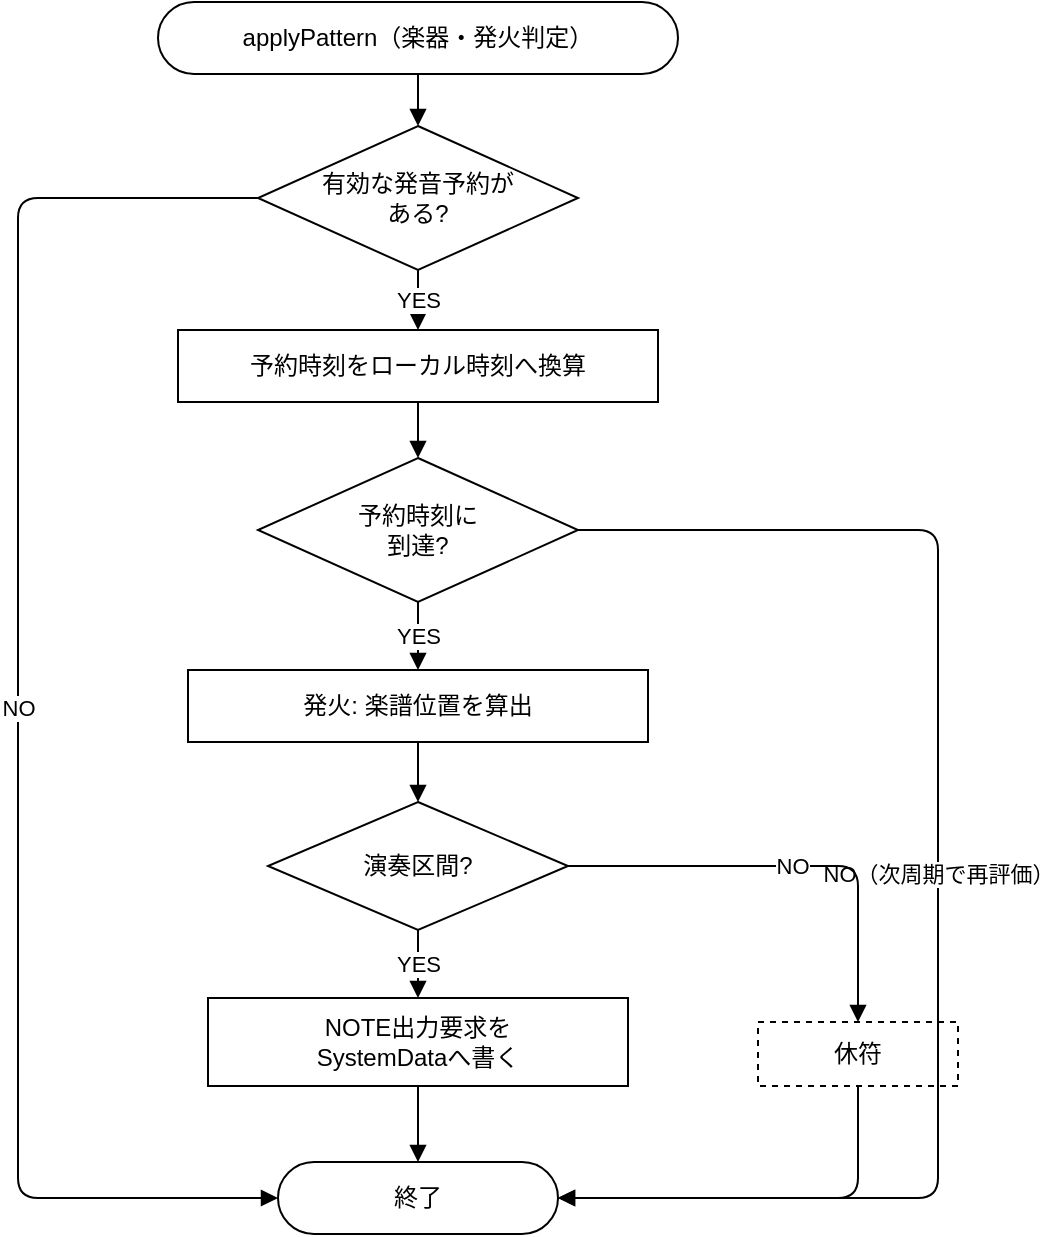
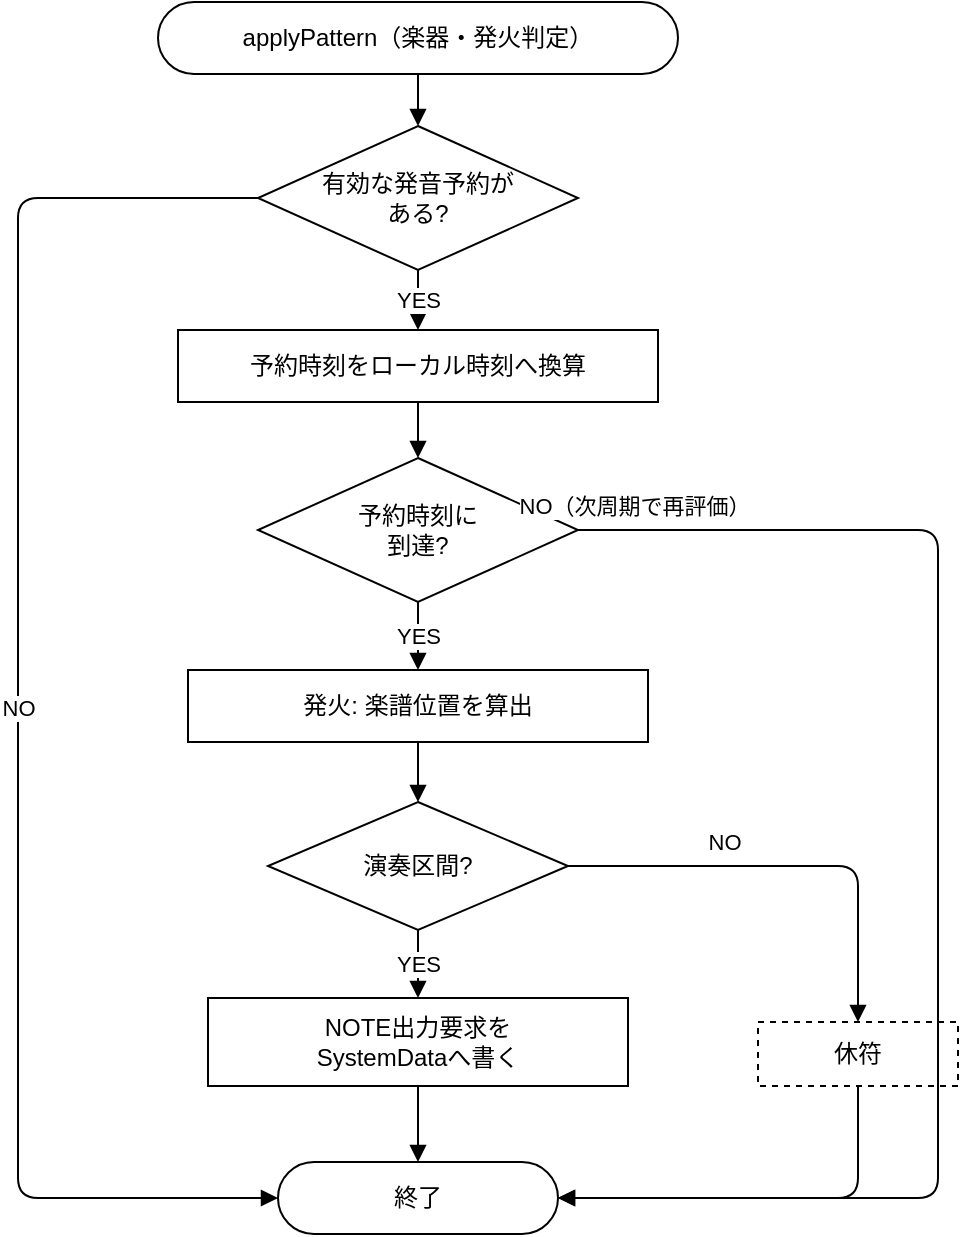
<mxfile host="Claude">
  <diagram id="flow-instrument-fire" name="楽器applyPattern">
    <mxGraphModel dx="660" dy="700" grid="0" gridSize="10" guides="1" tooltips="1" connect="1" arrows="1" fold="1" page="1" pageScale="1" pageWidth="660" pageHeight="700" math="0" shadow="0">
      <root>
        <mxCell id="0"/>
        <mxCell id="1" parent="0"/>
        <mxCell id="start" value="applyPattern（楽器・発火判定）" style="rounded=1;arcSize=50;whiteSpace=wrap;html=1;fillColor=#FFFFFF;strokeColor=#000000;fontSize=12;" vertex="1" parent="1"><mxGeometry x="170" y="20" width="260" height="36" as="geometry"/></mxCell>
        <mxCell id="d1" value="有効な発音予約が&lt;br&gt;ある?" style="rhombus;whiteSpace=wrap;html=1;fillColor=#FFFFFF;strokeColor=#000000;fontSize=12;" vertex="1" parent="1"><mxGeometry x="220" y="82" width="160" height="72" as="geometry"/></mxCell>
        <mxCell id="p1" value="予約時刻をローカル時刻へ換算" style="whiteSpace=wrap;html=1;fillColor=#FFFFFF;strokeColor=#000000;fontSize=12;" vertex="1" parent="1"><mxGeometry x="180" y="184" width="240" height="36" as="geometry"/></mxCell>
        <mxCell id="d2" value="予約時刻に&lt;br&gt;到達?" style="rhombus;whiteSpace=wrap;html=1;fillColor=#FFFFFF;strokeColor=#000000;fontSize=12;" vertex="1" parent="1"><mxGeometry x="220" y="248" width="160" height="72" as="geometry"/></mxCell>
        <mxCell id="p2" value="発火: 楽譜位置を算出" style="whiteSpace=wrap;html=1;fillColor=#FFFFFF;strokeColor=#000000;fontSize=12;" vertex="1" parent="1"><mxGeometry x="185" y="354" width="230" height="36" as="geometry"/></mxCell>
        <mxCell id="d3" value="演奏区間?" style="rhombus;whiteSpace=wrap;html=1;fillColor=#FFFFFF;strokeColor=#000000;fontSize=12;" vertex="1" parent="1"><mxGeometry x="225" y="420" width="150" height="64" as="geometry"/></mxCell>
        <mxCell id="p3" value="NOTE出力要求を&lt;br&gt;SystemDataへ書く" style="whiteSpace=wrap;html=1;fillColor=#FFFFFF;strokeColor=#000000;fontSize=12;" vertex="1" parent="1"><mxGeometry x="195" y="518" width="210" height="44" as="geometry"/></mxCell>
        <mxCell id="p4" value="休符" style="whiteSpace=wrap;html=1;fillColor=#FFFFFF;strokeColor=#000000;fontSize=12;dashed=1;" vertex="1" parent="1"><mxGeometry x="470" y="530" width="100" height="32" as="geometry"/></mxCell>
        <mxCell id="end" value="終了" style="rounded=1;arcSize=50;whiteSpace=wrap;html=1;fillColor=#FFFFFF;strokeColor=#000000;fontSize=12;" vertex="1" parent="1"><mxGeometry x="230" y="600" width="140" height="36" as="geometry"/></mxCell>
        <!-- Main vertical -->
        <mxCell id="f1" style="endArrow=block;endFill=1;html=1;strokeColor=#000000;strokeWidth=1;exitX=0.5;exitY=1;entryX=0.5;entryY=0;" edge="1" parent="1" source="start" target="d1"><mxGeometry relative="1" as="geometry"/></mxCell>
        <mxCell id="f2" value="YES" style="endArrow=block;endFill=1;html=1;strokeColor=#000000;strokeWidth=1;fontSize=11;exitX=0.5;exitY=1;entryX=0.5;entryY=0;" edge="1" parent="1" source="d1" target="p1"><mxGeometry relative="1" as="geometry"/></mxCell>
        <mxCell id="f4" style="endArrow=block;endFill=1;html=1;strokeColor=#000000;strokeWidth=1;exitX=0.5;exitY=1;entryX=0.5;entryY=0;" edge="1" parent="1" source="p1" target="d2"><mxGeometry relative="1" as="geometry"/></mxCell>
        <mxCell id="f5" value="YES" style="endArrow=block;endFill=1;html=1;strokeColor=#000000;strokeWidth=1;fontSize=11;exitX=0.5;exitY=1;entryX=0.5;entryY=0;" edge="1" parent="1" source="d2" target="p2"><mxGeometry relative="1" as="geometry"/></mxCell>
        <mxCell id="f7" style="endArrow=block;endFill=1;html=1;strokeColor=#000000;strokeWidth=1;exitX=0.5;exitY=1;entryX=0.5;entryY=0;" edge="1" parent="1" source="p2" target="d3"><mxGeometry relative="1" as="geometry"/></mxCell>
        <mxCell id="f8" value="YES" style="endArrow=block;endFill=1;html=1;strokeColor=#000000;strokeWidth=1;fontSize=11;exitX=0.5;exitY=1;entryX=0.5;entryY=0;" edge="1" parent="1" source="d3" target="p3"><mxGeometry relative="1" as="geometry"/></mxCell>
        <mxCell id="f10" style="endArrow=block;endFill=1;html=1;strokeColor=#000000;strokeWidth=1;exitX=0.5;exitY=1;entryX=0.5;entryY=0;" edge="1" parent="1" source="p3" target="end"><mxGeometry relative="1" as="geometry"/></mxCell>
        <!-- NO branches -->
        <mxCell id="f3" value="NO" style="endArrow=block;endFill=1;html=1;strokeColor=#000000;strokeWidth=1;fontSize=11;exitX=0;exitY=0.5;entryX=0;entryY=0.5;edgeStyle=orthogonalEdgeStyle;" edge="1" parent="1" source="d1" target="end"><mxGeometry relative="1" as="geometry"><Array as="points"><mxPoint x="100" y="118"/><mxPoint x="100" y="618"/></Array></mxGeometry></mxCell>
-         <mxCell id="f6" value="NO（次周期で再評価）" style="endArrow=block;endFill=1;html=1;strokeColor=#000000;strokeWidth=1;fontSize=11;exitX=1;exitY=0.5;entryX=1;entryY=0.5;edgeStyle=orthogonalEdgeStyle;" edge="1" parent="1" source="d2" target="end"><mxGeometry relative="1" as="geometry"><Array as="points"><mxPoint x="560" y="284"/><mxPoint x="560" y="618"/></Array></mxGeometry></mxCell>
-         <mxCell id="f9" value="NO" style="endArrow=block;endFill=1;html=1;strokeColor=#000000;strokeWidth=1;fontSize=11;exitX=1;exitY=0.5;entryX=0.5;entryY=0;edgeStyle=orthogonalEdgeStyle;" edge="1" parent="1" source="d3" target="p4"><mxGeometry relative="1" as="geometry"><Array as="points"><mxPoint x="520" y="452"/></Array></mxGeometry></mxCell>
+         <mxCell id="f6" value="NO（次周期で再評価）" style="endArrow=block;endFill=1;html=1;strokeColor=#000000;strokeWidth=1;fontSize=11;exitX=1;exitY=0.5;entryX=1;entryY=0.5;edgeStyle=orthogonalEdgeStyle;" edge="1" parent="1" source="d2" target="end"><mxGeometry x="-0.92" y="0" relative="1" as="geometry"><mxPoint x="0" y="-12" as="offset"/><Array as="points"><mxPoint x="560" y="284"/><mxPoint x="560" y="618"/></Array></mxGeometry></mxCell>
+         <mxCell id="f9" value="NO" style="endArrow=block;endFill=1;html=1;strokeColor=#000000;strokeWidth=1;fontSize=11;exitX=1;exitY=0.5;entryX=0.5;entryY=0;edgeStyle=orthogonalEdgeStyle;" edge="1" parent="1" source="d3" target="p4"><mxGeometry x="-0.3" y="0" relative="1" as="geometry"><mxPoint x="0" y="-12" as="offset"/><Array as="points"><mxPoint x="520" y="452"/></Array></mxGeometry></mxCell>
        <mxCell id="f11" style="endArrow=block;endFill=1;html=1;strokeColor=#000000;strokeWidth=1;exitX=0.5;exitY=1;entryX=1;entryY=0.5;edgeStyle=orthogonalEdgeStyle;" edge="1" parent="1" source="p4" target="end"><mxGeometry relative="1" as="geometry"><Array as="points"><mxPoint x="520" y="618"/></Array></mxGeometry></mxCell>
      </root>
    </mxGraphModel>
  </diagram>
</mxfile>
